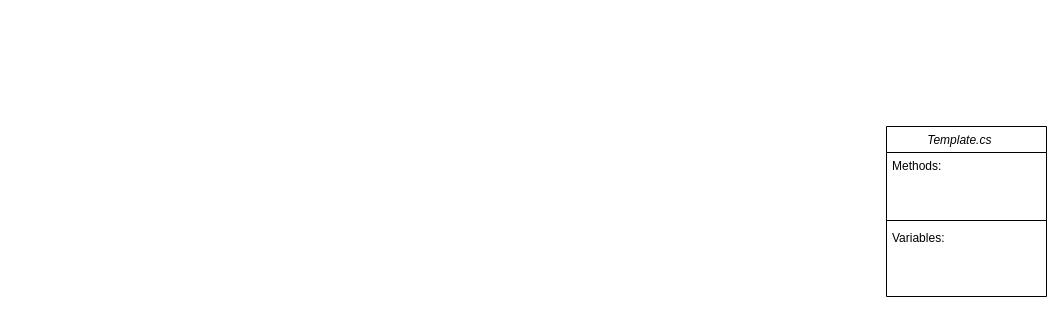
Before: Diagrams/ClassDiagramFinal.drawio in Ferogreywolf7/Alien-Attack, a draw.io diagram. Source tidied: cells renumbered, new cells numbered last; positions are measured from the earlier drawing's top-left corner, leaving out a move shared by most shapes. Both pictures are drawn from the tidied source at 100%, with x=0, y=0 at pixel (886, 126).
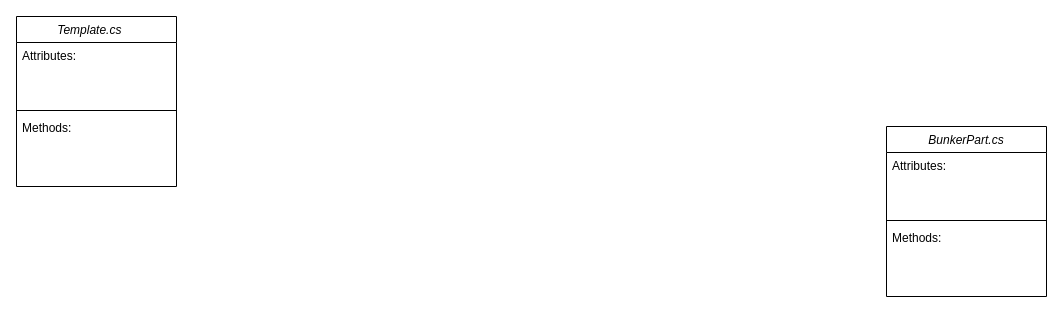
After the change.

What changed in the source:
```diff
@@
 <mxGraphModel>
   <root>
     <mxCell id="0" />
     <mxCell id="1" parent="0" />
-    <mxCell id="2" value="Template.cs    " style="swimlane;fontStyle=2;align=center;verticalAlign=top;horizontal=1;startSize=26;rounded=0;shadow=0;strokeWidth=1;" parent="1" vertex="1">
+    <mxCell id="2" value="BunkerPart.cs" style="swimlane;fontStyle=2;align=center;verticalAlign=top;horizontal=1;startSize=26;rounded=0;shadow=0;strokeWidth=1;" parent="1" vertex="1">
       <mxGeometry width="160" height="170" as="geometry" />
     </mxCell>
-    <mxCell id="3" value="Methods:&#10;" style="text;align=left;verticalAlign=top;spacingLeft=4;spacingRight=4;overflow=hidden;" parent="2" vertex="1">
+    <mxCell id="3" value="Attributes:&#10;" style="text;align=left;verticalAlign=top;spacingLeft=4;spacingRight=4;overflow=hidden;" parent="2" vertex="1">
       <mxGeometry y="26" width="160" height="64" as="geometry" />
     </mxCell>
     <mxCell id="4" style="line;html=1;strokeWidth=1;align=left;verticalAlign=middle;spacingTop=-1;spacingLeft=3;spacingRight=3;labelPosition=right;" parent="2" vertex="1">
       <mxGeometry y="90" width="160" height="8" as="geometry" />
     </mxCell>
-    <mxCell id="5" value="Variables:" style="text;align=left;verticalAlign=top;spacingLeft=4;spacingRight=4;overflow=hidden;" parent="2" vertex="1">
+    <mxCell id="5" value="Methods:" style="text;align=left;verticalAlign=top;spacingLeft=4;spacingRight=4;overflow=hidden;" parent="2" vertex="1">
       <mxGeometry y="98" width="160" height="58" as="geometry" />
     </mxCell>
+    <mxCell id="6" value="Template.cs    " style="swimlane;fontStyle=2;align=center;verticalAlign=top;horizontal=1;startSize=26;rounded=0;shadow=0;strokeWidth=1;" parent="1" vertex="1">
+      <mxGeometry x="-870" y="-110" width="160" height="170" as="geometry" />
+    </mxCell>
+    <mxCell id="7" value="Attributes:&#10;" style="text;align=left;verticalAlign=top;spacingLeft=4;spacingRight=4;overflow=hidden;" parent="6" vertex="1">
+      <mxGeometry y="26" width="160" height="64" as="geometry" />
+    </mxCell>
+    <mxCell id="8" style="line;html=1;strokeWidth=1;align=left;verticalAlign=middle;spacingTop=-1;spacingLeft=3;spacingRight=3;labelPosition=right;" parent="6" vertex="1">
+      <mxGeometry y="90" width="160" height="8" as="geometry" />
+    </mxCell>
+    <mxCell id="9" value="Methods:" style="text;align=left;verticalAlign=top;spacingLeft=4;spacingRight=4;overflow=hidden;" parent="6" vertex="1">
+      <mxGeometry y="98" width="160" height="58" as="geometry" />
+    </mxCell>
   </root>
 </mxGraphModel>
```
